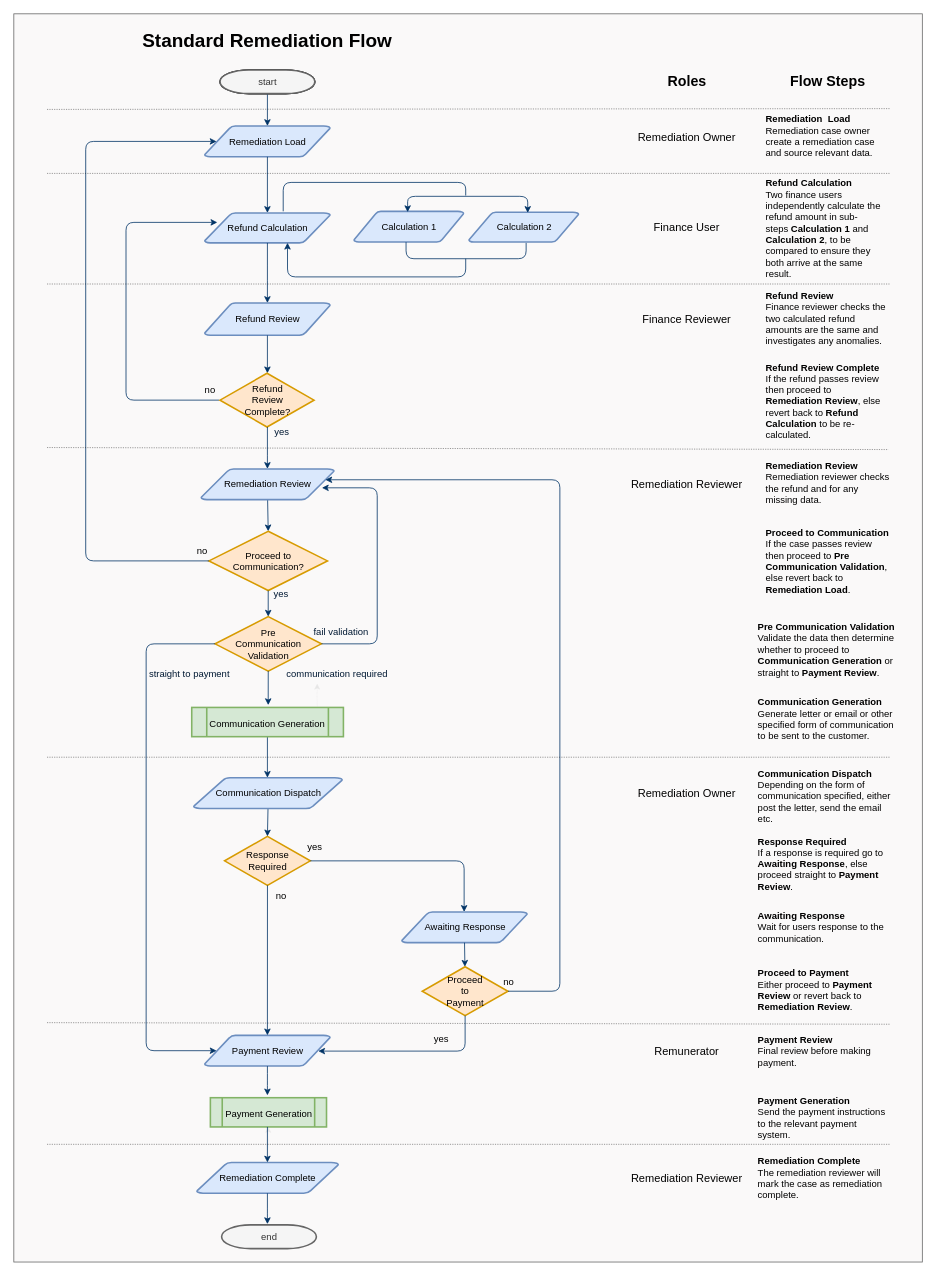
Above: readme-images/BasicRemediationFlow.drawio in grantcolley/headway (draw.io), before the change. Source tidied: cells renumbered, new cells numbered last; positions are measured from the earlier drawing's top-left corner, leaving out a move shared by most shapes. Both pictures are drawn from the tidied source at 79%, with x=0, y=0 at pixel (13, 13).
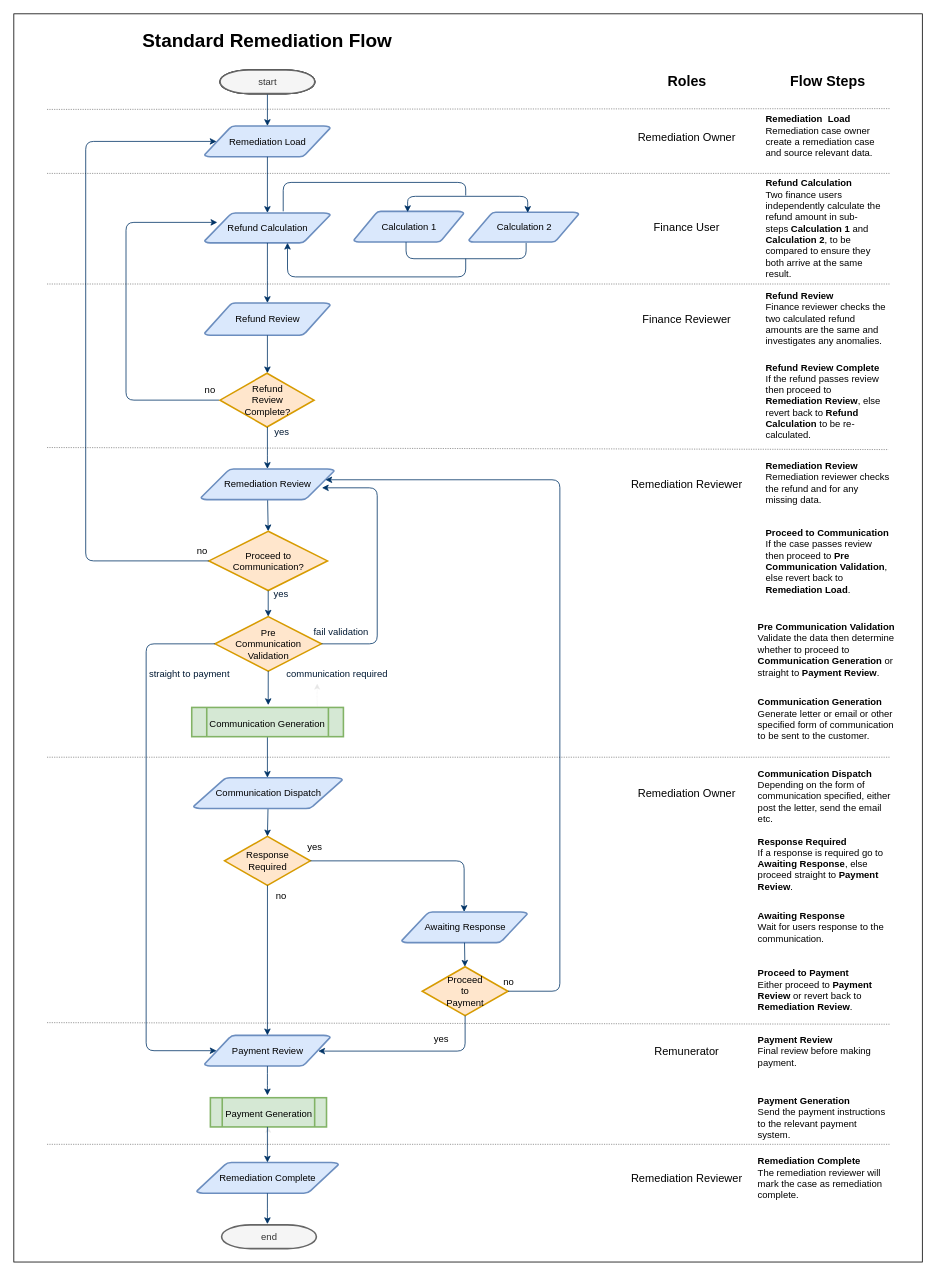
The same page after the edit.

Commit message (it also covers changes not shown here):
Update the flow diagrams #52

Update the flow diagrams #52

Change to the diagram source:
```diff
@@
-    <mxCell id="2" style="rounded=0;whiteSpace=wrap;html=1;fillColor=#FAF9F9;fontColor=#333333;strokeColor=#666666;" parent="1" vertex="1">
+    <mxCell id="2" style="rounded=0;whiteSpace=wrap;html=1;" parent="1" vertex="1">
       <mxGeometry width="1150" height="1580" as="geometry" />
     </mxCell>
```
